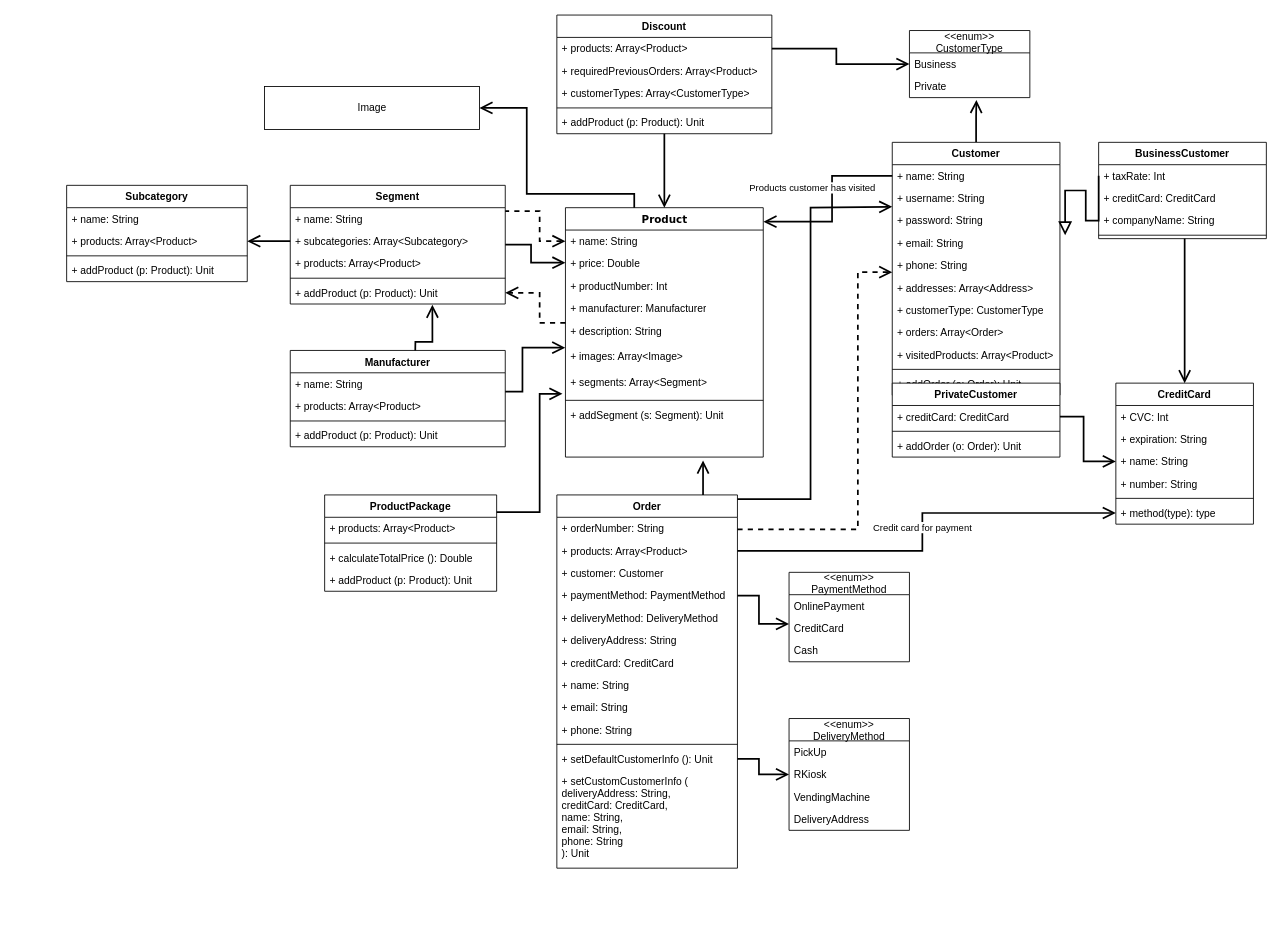
Earlier version of the draw.io diagram UMLFinal.drawio (olliglorioso/datasets). Source tidied: cells renumbered, new cells numbered last; positions are measured from the earlier drawing's top-left corner, leaving out a move shared by most shapes. Both pictures are drawn from the tidied source at 86%, with x=0, y=0 at pixel (66, 15).
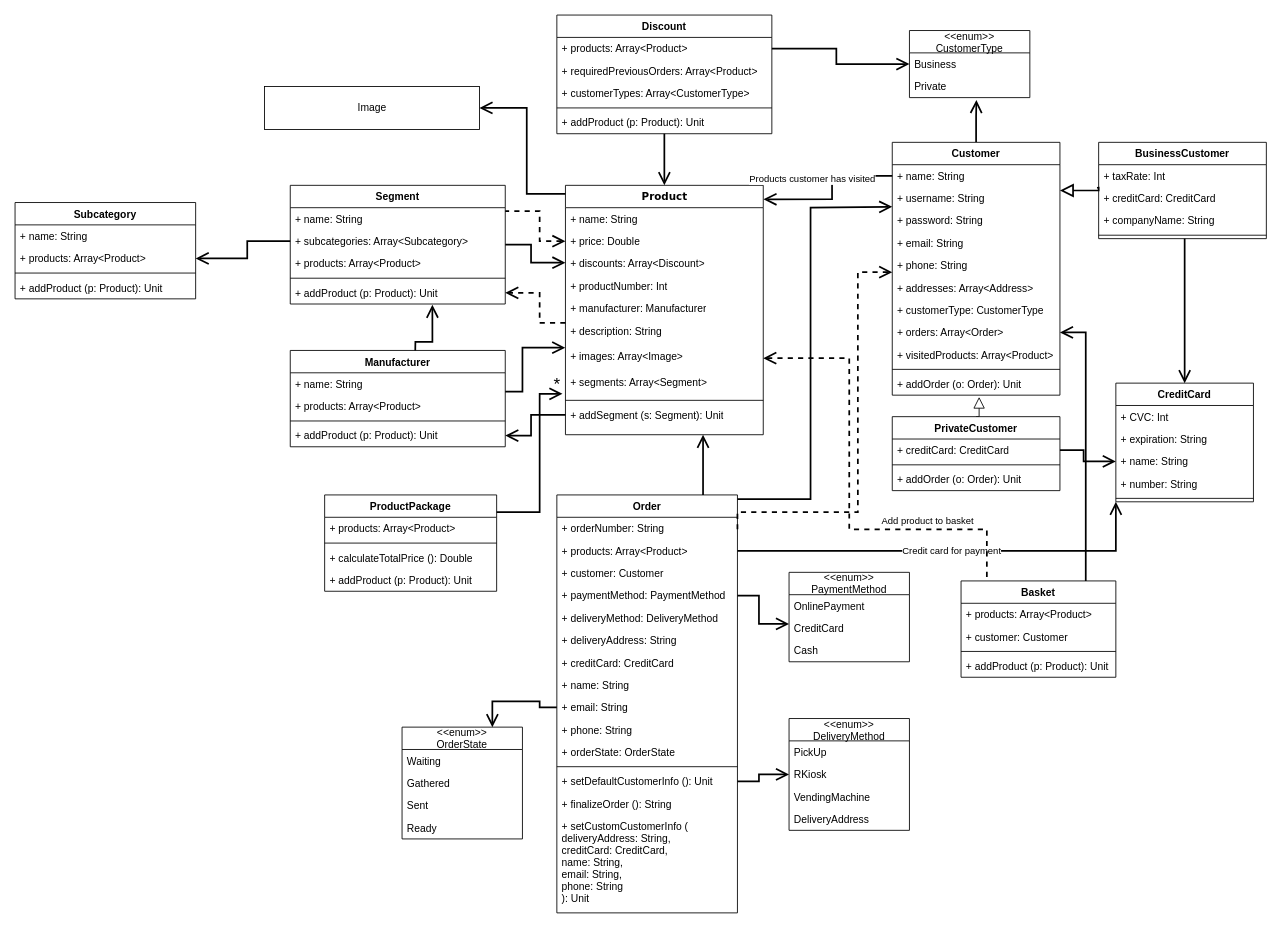
The same diagram, later.

Unchanged cells that the change refers to:
```xml
<mxCell id="16" value="+ products: Array&lt;Product&gt;" style="text;strokeColor=none;fillColor=none;align=left;verticalAlign=top;spacingLeft=4;spacingRight=4;overflow=hidden;points=[[0,0.5],[1,0.5]];portConstraint=eastwest;" parent="14" vertex="1">
  <mxGeometry y="52" width="210" height="26" as="geometry" />
</mxCell>
<mxCell id="23" value="+ email: String" style="text;strokeColor=none;fillColor=none;align=left;verticalAlign=top;spacingLeft=4;spacingRight=4;overflow=hidden;points=[[0,0.5],[1,0.5]];portConstraint=eastwest;" parent="14" vertex="1">
  <mxGeometry y="234" width="210" height="26" as="geometry" />
</mxCell>
<mxCell id="31" value="+ username: String" style="text;strokeColor=none;fillColor=none;align=left;verticalAlign=top;spacingLeft=4;spacingRight=4;overflow=hidden;points=[[0,0.5],[1,0.5]];portConstraint=eastwest;" parent="29" vertex="1">
  <mxGeometry y="52" width="195" height="26" as="geometry" />
</mxCell>
<mxCell id="33" value="+ email: String" style="text;strokeColor=none;fillColor=none;align=left;verticalAlign=top;spacingLeft=4;spacingRight=4;overflow=hidden;points=[[0,0.5],[1,0.5]];portConstraint=eastwest;" parent="29" vertex="1">
  <mxGeometry y="104" width="195" height="26" as="geometry" />
</mxCell>
<mxCell id="37" value="+ orders: Array&amp;lt;Order&amp;gt;" style="text;html=1;strokeColor=none;fillColor=none;align=left;verticalAlign=top;spacingLeft=4;spacingRight=4;whiteSpace=wrap;overflow=hidden;points=[[0,0.5],[1,0.5]];portConstraint=eastwest;" parent="29" vertex="1">
  <mxGeometry y="208" width="195" height="26" as="geometry" />
</mxCell>
<mxCell id="56" value="+ addProduct (p: Product): Unit" style="text;strokeColor=none;fillColor=none;align=left;verticalAlign=top;spacingLeft=4;spacingRight=4;overflow=hidden;points=[[0,0.5],[1,0.5]];portConstraint=eastwest;" parent="52" vertex="1">
  <mxGeometry y="86" width="250" height="26" as="geometry" />
</mxCell>
<mxCell id="71" value="+ taxRate: Int" style="text;html=1;strokeColor=none;fillColor=none;align=left;verticalAlign=top;spacingLeft=4;spacingRight=4;whiteSpace=wrap;overflow=hidden;points=[[0,0.5],[1,0.5]];portConstraint=eastwest;" parent="70" vertex="1">
  <mxGeometry y="26" width="195" height="26" as="geometry" />
</mxCell>
<mxCell id="108" value="Image" style="html=1;" parent="1" vertex="1">
  <mxGeometry x="230" y="83" width="250" height="50" as="geometry" />
</mxCell>
```

Change to the diagram source:
```diff
@@
     <mxCell id="2" style="edgeStyle=orthogonalEdgeStyle;rounded=0;jettySize=auto;html=1;entryX=1;entryY=0.5;entryDx=0;entryDy=0;strokeWidth=2;endArrow=open;endFill=0;startSize=11;endSize=11;" parent="1" edge="1" source="3" target="108">
       <mxGeometry relative="1" as="geometry">
         <Array as="points">
-          <mxPoint x="660" y="208" />
           <mxPoint x="535" y="208" />
           <mxPoint x="535" y="108" />
         </Array>
       </mxGeometry>
     </mxCell>
     <mxCell id="3" value="Product" style="swimlane;html=1;fontStyle=1;align=center;verticalAlign=top;horizontal=1;startSize=26;swimlaneFillColor=#ffffff;rounded=0;shadow=0;comic=0;labelBackgroundColor=none;strokeWidth=1;fillColor=none;fontFamily=Verdana;fontSize=12;" parent="1" vertex="1">
-      <mxGeometry x="580" y="224" width="230" height="290" as="geometry" />
+      <mxGeometry x="580" y="198" width="230" height="290" as="geometry" />
     </mxCell>
@@
+    <mxCell id="117" value="+ discounts: Array&amp;lt;Discount&amp;gt;" style="text;html=1;strokeColor=none;fillColor=none;align=left;verticalAlign=top;spacingLeft=4;spacingRight=4;whiteSpace=wrap;overflow=hidden;" parent="3" vertex="1">
+      <mxGeometry y="78" width="230" height="26" as="geometry" />
+    </mxCell>
     <mxCell id="6" value="+ productNumber: Int" style="text;html=1;strokeColor=none;fillColor=none;align=left;verticalAlign=top;spacingLeft=4;spacingRight=4;whiteSpace=wrap;overflow=hidden;" parent="3" vertex="1">
-      <mxGeometry y="78" width="230" height="26" as="geometry" />
+      <mxGeometry y="104" width="230" height="26" as="geometry" />
     </mxCell>
     <mxCell id="7" value="+ manufacturer: Manufacturer" style="text;html=1;strokeColor=none;fillColor=none;align=left;verticalAlign=top;spacingLeft=4;spacingRight=4;whiteSpace=wrap;overflow=hidden;" parent="3" vertex="1">
-      <mxGeometry y="104" width="230" height="26" as="geometry" />
+      <mxGeometry y="130" width="230" height="26" as="geometry" />
     </mxCell>
     <mxCell id="8" value="+ description: String" style="text;html=1;strokeColor=none;fillColor=none;align=left;verticalAlign=top;spacingLeft=4;spacingRight=4;whiteSpace=wrap;overflow=hidden;points=[[0,0.5],[1,0.5]];portConstraint=eastwest;" parent="3" vertex="1">
-      <mxGeometry y="130" width="230" height="30" as="geometry" />
+      <mxGeometry y="156" width="230" height="30" as="geometry" />
     </mxCell>
     <mxCell id="9" value="+ images: Array&amp;lt;Image&amp;gt;" style="text;html=1;strokeColor=none;fillColor=none;align=left;verticalAlign=top;spacingLeft=4;spacingRight=4;whiteSpace=wrap;overflow=hidden;points=[[0,0.5],[1,0.5]];portConstraint=eastwest;" parent="3" vertex="1">
-      <mxGeometry y="160" width="230" height="30" as="geometry" />
+      <mxGeometry y="186" width="230" height="30" as="geometry" />
     </mxCell>
     <mxCell id="10" value="+ segments: Array&amp;lt;Segment&amp;gt;" style="text;html=1;strokeColor=none;fillColor=none;align=left;verticalAlign=top;spacingLeft=4;spacingRight=4;whiteSpace=wrap;overflow=hidden;points=[[0,0.5],[1,0.5]];portConstraint=eastwest;" parent="3" vertex="1">
-      <mxGeometry y="190" width="230" height="30" as="geometry" />
+      <mxGeometry y="216" width="230" height="30" as="geometry" />
     </mxCell>
     <mxCell id="11" style="line;html=1;strokeWidth=1;fillColor=none;align=left;verticalAlign=middle;spacingTop=-1;spacingLeft=3;spacingRight=3;labelPosition=right;" parent="3" vertex="1">
-      <mxGeometry y="220" width="230" height="8" as="geometry" />
+      <mxGeometry y="246" width="230" height="8" as="geometry" />
     </mxCell>
     <mxCell id="12" value="+ addSegment (s: Segment): Unit" style="text;html=1;strokeColor=none;fillColor=none;align=left;verticalAlign=top;spacingLeft=4;spacingRight=4;whiteSpace=wrap;overflow=hidden;points=[[0,0.5],[1,0.5]];portConstraint=eastwest;" parent="3" vertex="1">
-      <mxGeometry y="228" width="230" height="26" as="geometry" />
+      <mxGeometry y="254" width="230" height="26" as="geometry" />
     </mxCell>
     <mxCell id="13" style="edgeStyle=orthogonalEdgeStyle;rounded=0;jettySize=auto;html=1;startArrow=none;startFill=0;endArrow=open;endFill=0;endSize=11;startSize=11;strokeWidth=2;" parent="1" edge="1" source="14">
       <mxGeometry relative="1" as="geometry">
-        <mxPoint x="740" y="518" as="targetPoint" />
+        <mxPoint x="740" y="488" as="targetPoint" />
         <Array as="points">
           <mxPoint x="740" y="538" />
           <mxPoint x="740" y="538" />
         </Array>
       </mxGeometry>
     </mxCell>
     <mxCell id="14" value="Order" style="swimlane;fontStyle=1;align=center;verticalAlign=top;horizontal=1;startSize=26;" parent="1" vertex="1">
-      <mxGeometry x="570" y="558" width="210" height="434" as="geometry" />
+      <mxGeometry x="570" y="558" width="210" height="486" as="geometry" />
     </mxCell>
@@
+    <mxCell id="118" value="+ orderState: OrderState" style="text;strokeColor=none;fillColor=none;align=left;verticalAlign=top;spacingLeft=4;spacingRight=4;overflow=hidden;" parent="14" vertex="1">
+      <mxGeometry y="286" width="210" height="26" as="geometry" />
+    </mxCell>
     <mxCell id="25" style="line;strokeWidth=1;fillColor=none;align=left;verticalAlign=middle;spacingTop=-1;spacingLeft=3;spacingRight=3;labelPosition=right;strokeColor=inherit;" parent="14" vertex="1">
-      <mxGeometry y="286" width="210" height="8" as="geometry" />
+      <mxGeometry y="312" width="210" height="8" as="geometry" />
     </mxCell>
     <mxCell id="26" value="+ setDefaultCustomerInfo (): Unit" style="text;strokeColor=none;fillColor=none;align=left;verticalAlign=top;spacingLeft=4;spacingRight=4;overflow=hidden;points=[[0,0.5],[1,0.5]];portConstraint=eastwest;" parent="14" vertex="1">
-      <mxGeometry y="294" width="210" height="26" as="geometry" />
+      <mxGeometry y="320" width="210" height="26" as="geometry" />
     </mxCell>
+    <mxCell id="119" value="+ finalizeOrder (): String" style="text;strokeColor=none;fillColor=none;align=left;verticalAlign=top;spacingLeft=4;spacingRight=4;overflow=hidden;" parent="14" vertex="1">
+      <mxGeometry y="346" width="210" height="26" as="geometry" />
+    </mxCell>
     <mxCell id="27" value="+ setCustomCustomerInfo (&#10;deliveryAddress: String, &#10;creditCard: CreditCard,&#10;name: String,&#10;email: String,&#10;phone: String&#10;): Unit" style="text;strokeColor=none;fillColor=none;align=left;verticalAlign=top;spacingLeft=4;spacingRight=4;overflow=hidden;" parent="14" vertex="1">
-      <mxGeometry y="320" width="210" height="114" as="geometry" />
+      <mxGeometry y="372" width="210" height="114" as="geometry" />
     </mxCell>
@@
     <mxCell id="51" style="edgeStyle=orthogonalEdgeStyle;rounded=0;orthogonalLoop=1;jettySize=auto;html=1;strokeWidth=2;startArrow=none;startFill=0;endArrow=open;endFill=0;startSize=11;endSize=11;dashed=1;" parent="1" edge="1">
       <mxGeometry relative="1" as="geometry">
         <mxPoint x="780" y="598" as="sourcePoint" />
         <mxPoint x="960" y="299" as="targetPoint" />
         <Array as="points">
-          <mxPoint x="780" y="598" />
-          <mxPoint x="920" y="598" />
+          <mxPoint x="780" y="578" />
+          <mxPoint x="920" y="578" />
           <mxPoint x="920" y="299" />
         </Array>
       </mxGeometry>
     </mxCell>
@@
-    <mxCell id="63" style="edgeStyle=orthogonalEdgeStyle;rounded=0;jettySize=auto;html=1;entryX=-0.015;entryY=0.883;entryDx=0;entryDy=0;entryPerimeter=0;strokeWidth=2;startArrow=none;startFill=0;endArrow=open;endFill=0;startSize=11;endSize=11;" parent="1" edge="1" target="10">
-      <mxGeometry relative="1" as="geometry">
+    <mxCell id="63" value="*" style="edgeStyle=orthogonalEdgeStyle;rounded=0;jettySize=auto;html=1;entryX=-0.015;entryY=0.883;entryDx=0;entryDy=0;entryPerimeter=0;strokeWidth=2;startArrow=none;startFill=0;endArrow=open;endFill=0;startSize=11;endSize=11;fontSize=20;labelBackgroundColor=none;" parent="1" edge="1" target="10">
+      <mxGeometry x="0.94" y="12" relative="1" as="geometry">
         <mxPoint x="500" y="578" as="sourcePoint" />
         <Array as="points">
-          <mxPoint x="500" y="578" />
           <mxPoint x="550" y="578" />
           <mxPoint x="550" y="441" />
         </Array>
       </mxGeometry>
     </mxCell>
@@
     <mxCell id="65" value="PrivateCustomer" style="swimlane;fontStyle=1;align=center;verticalAlign=top;horizontal=1;startSize=26;" parent="1" vertex="1">
-      <mxGeometry x="960" y="428" width="195" height="86" as="geometry" />
+      <mxGeometry x="960" y="467" width="195" height="86" as="geometry" />
     </mxCell>
@@
-    <mxCell id="75" style="edgeStyle=orthogonalEdgeStyle;rounded=0;jettySize=auto;html=1;exitX=0;exitY=0.5;exitDx=0;exitDy=0;entryX=1.031;entryY=0.154;entryDx=0;entryDy=0;entryPerimeter=0;endSize=11;startSize=11;endArrow=block;endFill=0;strokeWidth=2;" parent="1" edge="1" source="71" target="33">
+    <mxCell id="75" style="edgeStyle=orthogonalEdgeStyle;rounded=0;jettySize=auto;html=1;exitX=-0.01;exitY=1.032;exitDx=0;exitDy=0;endSize=11;startSize=11;endArrow=block;endFill=0;strokeWidth=2;exitPerimeter=0;" parent="1" edge="1" source="71" target="31">
       <mxGeometry relative="1" as="geometry">
         <Array as="points">
-          <mxPoint x="1185" y="239" />
-          <mxPoint x="1185" y="204" />
+          <mxPoint x="1200" y="201" />
+          <mxPoint x="1200" y="204" />
         </Array>
       </mxGeometry>
     </mxCell>
@@
     <mxCell id="101" value="CreditCard" style="swimlane;fontStyle=1;align=center;verticalAlign=top;horizontal=1;startSize=26;" parent="1" vertex="1">
-      <mxGeometry x="1220" y="428" width="160" height="164" as="geometry" />
+      <mxGeometry x="1220" y="428" width="160" height="138" as="geometry" />
     </mxCell>
@@
-    <mxCell id="107" value="+ method(type): type" style="text;strokeColor=none;fillColor=none;align=left;verticalAlign=top;spacingLeft=4;spacingRight=4;overflow=hidden;points=[[0,0.5],[1,0.5]];portConstraint=eastwest;" parent="101" vertex="1">
-      <mxGeometry y="138" width="160" height="26" as="geometry" />
-    </mxCell>
@@
-    <mxCell id="109" value="Credit card for payment" style="edgeStyle=orthogonalEdgeStyle;rounded=0;jettySize=auto;html=1;entryX=0;entryY=0.5;entryDx=0;entryDy=0;strokeWidth=2;endArrow=open;endFill=0;startSize=11;endSize=11;" parent="1" edge="1" source="16" target="107">
+    <mxCell id="109" value="Credit card for payment" style="edgeStyle=orthogonalEdgeStyle;rounded=0;jettySize=auto;html=1;entryX=0;entryY=1;entryDx=0;entryDy=0;strokeWidth=2;endArrow=open;endFill=0;startSize=11;endSize=11;" parent="1" edge="1" source="16" target="101">
       <mxGeometry relative="1" as="geometry" />
     </mxCell>
@@
     <mxCell id="111" value="Subcategory" style="swimlane;fontStyle=1;align=center;verticalAlign=top;horizontal=1;startSize=26;" parent="1" vertex="1">
-      <mxGeometry y="198" width="210" height="112" as="geometry" />
+      <mxGeometry x="-60" y="218" width="210" height="112" as="geometry" />
     </mxCell>
@@
+    <mxCell id="120" style="edgeStyle=orthogonalEdgeStyle;rounded=0;jettySize=auto;html=1;entryX=1;entryY=0.5;entryDx=0;entryDy=0;strokeWidth=2;endArrow=open;endFill=0;startSize=11;endSize=11;" parent="1" edge="1" source="121" target="37">
+      <mxGeometry relative="1" as="geometry">
+        <Array as="points">
+          <mxPoint x="1185" y="369" />
+        </Array>
+      </mxGeometry>
+    </mxCell>
+    <mxCell id="121" value="Basket" style="swimlane;fontStyle=1;align=center;verticalAlign=top;horizontal=1;startSize=26;" parent="1" vertex="1">
+      <mxGeometry x="1040" y="658" width="180" height="112" as="geometry" />
+    </mxCell>
+    <mxCell id="122" value="+ products: Array&lt;Product&gt;" style="text;strokeColor=none;fillColor=none;align=left;verticalAlign=top;spacingLeft=4;spacingRight=4;overflow=hidden;" parent="121" vertex="1">
+      <mxGeometry y="26" width="180" height="26" as="geometry" />
+    </mxCell>
+    <mxCell id="123" value="+ customer: Customer" style="text;strokeColor=none;fillColor=none;align=left;verticalAlign=top;spacingLeft=4;spacingRight=4;overflow=hidden;" parent="121" vertex="1">
+      <mxGeometry y="52" width="180" height="26" as="geometry" />
+    </mxCell>
+    <mxCell id="124" style="line;strokeWidth=1;fillColor=none;align=left;verticalAlign=middle;spacingTop=-1;spacingLeft=3;spacingRight=3;labelPosition=right;strokeColor=inherit;" parent="121" vertex="1">
+      <mxGeometry y="78" width="180" height="8" as="geometry" />
+    </mxCell>
+    <mxCell id="125" value="+ addProduct (p: Product): Unit" style="text;strokeColor=none;fillColor=none;align=left;verticalAlign=top;spacingLeft=4;spacingRight=4;overflow=hidden;" parent="121" vertex="1">
+      <mxGeometry y="86" width="180" height="26" as="geometry" />
+    </mxCell>
+    <mxCell id="126" value="Add product to basket" style="edgeStyle=orthogonalEdgeStyle;rounded=0;jettySize=auto;html=1;strokeWidth=2;endArrow=none;endFill=0;startSize=11;endSize=11;startArrow=open;startFill=0;dashed=1;" parent="1" edge="1" source="9">
+      <mxGeometry x="0.5" y="10" relative="1" as="geometry">
+        <mxPoint x="1070" y="658" as="targetPoint" />
+        <Array as="points">
+          <mxPoint x="910" y="399" />
+          <mxPoint x="910" y="598" />
+          <mxPoint x="1070" y="598" />
+          <mxPoint x="1070" y="648" />
+        </Array>
+        <mxPoint x="1" as="offset" />
+      </mxGeometry>
+    </mxCell>
+    <mxCell id="127" value="&lt;&lt;enum&gt;&gt;&#10;OrderState" style="swimlane;fontStyle=0;horizontal=1;startSize=26;fillColor=none;" parent="1" vertex="1">
+      <mxGeometry x="390" y="828" width="140" height="130" as="geometry" />
+    </mxCell>
+    <mxCell id="128" value="Waiting" style="text;strokeColor=none;fillColor=none;align=left;verticalAlign=top;spacingLeft=4;spacingRight=4;overflow=hidden;" parent="127" vertex="1">
+      <mxGeometry y="26" width="140" height="26" as="geometry" />
+    </mxCell>
+    <mxCell id="129" value="Gathered" style="text;strokeColor=none;fillColor=none;align=left;verticalAlign=top;spacingLeft=4;spacingRight=4;overflow=hidden;" parent="127" vertex="1">
+      <mxGeometry y="52" width="140" height="26" as="geometry" />
+    </mxCell>
+    <mxCell id="130" value="Sent" style="text;strokeColor=none;fillColor=none;align=left;verticalAlign=top;spacingLeft=4;spacingRight=4;overflow=hidden;" parent="127" vertex="1">
+      <mxGeometry y="78" width="140" height="26" as="geometry" />
+    </mxCell>
+    <mxCell id="131" value="Ready" style="text;strokeColor=none;fillColor=none;align=left;verticalAlign=top;spacingLeft=4;spacingRight=4;overflow=hidden;" parent="127" vertex="1">
+      <mxGeometry y="104" width="140" height="26" as="geometry" />
+    </mxCell>
+    <mxCell id="132" style="edgeStyle=orthogonalEdgeStyle;rounded=0;jettySize=auto;html=1;exitX=0;exitY=0.5;exitDx=0;exitDy=0;entryX=0.75;entryY=0;entryDx=0;entryDy=0;strokeWidth=2;startArrow=none;startFill=0;endArrow=open;endFill=0;startSize=11;endSize=11;" parent="1" edge="1" source="23" target="127">
+      <mxGeometry relative="1" as="geometry" />
+    </mxCell>
+    <mxCell id="133" style="edgeStyle=orthogonalEdgeStyle;rounded=0;jettySize=auto;html=1;strokeWidth=2;startArrow=none;startFill=0;endArrow=open;endFill=0;startSize=11;endSize=11;fontSize=20;" parent="1" edge="1" source="12" target="56">
+      <mxGeometry relative="1" as="geometry">
+        <Array as="points">
+          <mxPoint x="540" y="465" />
+          <mxPoint x="540" y="489" />
+        </Array>
+      </mxGeometry>
+    </mxCell>
```
